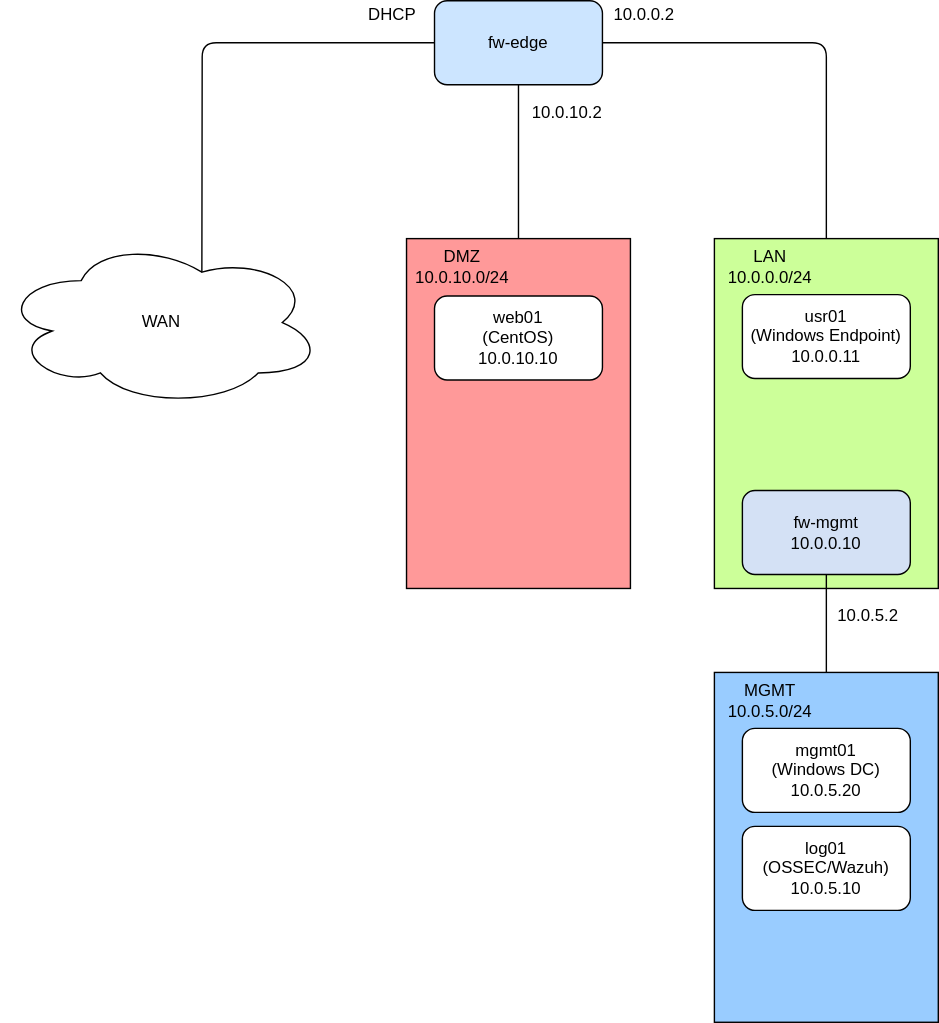
Above: diagrams/11-17sec350final.svg in SirSertile/sec350final (draw.io), before the change. Source tidied: cells renumbered, new cells last; positions are measured from the earlier drawing's top-left corner, leaving out a move shared by most shapes. The source it was exported from:
```xml
<mxGraphModel>
  <root>
    <mxCell id="0" />
    <mxCell id="1" parent="0" />
    <mxCell id="2" style="rounded=0;whiteSpace=wrap;html=1;fillColor=#99CCFF;" parent="1" vertex="1">
      <mxGeometry x="510" y="480" width="160" height="250" as="geometry" />
    </mxCell>
    <mxCell id="3" value="WAN" style="ellipse;shape=cloud;whiteSpace=wrap;html=1;" parent="1" vertex="1">
      <mxGeometry y="170" width="230" height="120" as="geometry" />
    </mxCell>
    <mxCell id="4" style="rounded=0;whiteSpace=wrap;html=1;fillColor=#CCFF99;" parent="1" vertex="1">
      <mxGeometry x="510" y="170" width="160" height="250" as="geometry" />
    </mxCell>
    <mxCell id="5" value="fw-mgmt&lt;br&gt;10.0.0.10" style="rounded=1;whiteSpace=wrap;html=1;fillColor=#D4E1F5;" parent="1" vertex="1">
      <mxGeometry x="530" y="350" width="120" height="60" as="geometry" />
    </mxCell>
    <mxCell id="6" value="fw-edge" style="rounded=1;whiteSpace=wrap;html=1;fillColor=#CCE5FF;" parent="1" vertex="1">
      <mxGeometry x="310" width="120" height="60" as="geometry" />
    </mxCell>
    <mxCell id="7" value="mgmt01&lt;br&gt;(Windows DC)&lt;br&gt;10.0.5.20" style="rounded=1;whiteSpace=wrap;html=1;" parent="1" vertex="1">
      <mxGeometry x="530" y="520" width="120" height="60" as="geometry" />
    </mxCell>
    <mxCell id="8" value="LAN&lt;br&gt;10.0.0.0/24" style="text;html=1;strokeColor=none;fillColor=none;align=center;verticalAlign=middle;whiteSpace=wrap;rounded=0;" parent="1" vertex="1">
      <mxGeometry x="530" y="180" width="40" height="20" as="geometry" />
    </mxCell>
    <mxCell id="9" value="MGMT&lt;br&gt;10.0.5.0/24" style="text;html=1;strokeColor=none;fillColor=none;align=center;verticalAlign=middle;whiteSpace=wrap;rounded=0;" parent="1" vertex="1">
      <mxGeometry x="530" y="490" width="40" height="20" as="geometry" />
    </mxCell>
    <mxCell id="10" style="rounded=0;whiteSpace=wrap;html=1;fillColor=#FF9999;" parent="1" vertex="1">
      <mxGeometry x="290" y="170" width="160" height="250" as="geometry" />
    </mxCell>
    <mxCell id="11" value="DMZ 10.0.10.0/24" style="text;html=1;strokeColor=none;fillColor=none;align=center;verticalAlign=middle;whiteSpace=wrap;rounded=0;" parent="1" vertex="1">
      <mxGeometry x="310" y="180" width="40" height="20" as="geometry" />
    </mxCell>
    <mxCell id="12" style="endArrow=none;html=1;entryX=0.5;entryY=1;entryDx=0;entryDy=0;" parent="1" edge="1" source="10" target="6">
      <mxGeometry relative="1" as="geometry" />
    </mxCell>
    <mxCell id="13" style="endArrow=none;html=1;entryX=0;entryY=0.5;entryDx=0;entryDy=0;exitX=0.625;exitY=0.2;exitDx=0;exitDy=0;exitPerimeter=0;" parent="1" edge="1" source="3" target="6">
      <mxGeometry relative="1" as="geometry">
        <Array as="points">
          <mxPoint x="144" y="30" />
        </Array>
      </mxGeometry>
    </mxCell>
    <mxCell id="14" style="endArrow=none;html=1;entryX=1;entryY=0.5;entryDx=0;entryDy=0;exitX=0.5;exitY=0;exitDx=0;exitDy=0;" parent="1" edge="1" source="4" target="6">
      <mxGeometry relative="1" as="geometry">
        <Array as="points">
          <mxPoint x="590" y="30" />
        </Array>
      </mxGeometry>
    </mxCell>
    <mxCell id="15" style="endArrow=none;html=1;entryX=0.5;entryY=1;entryDx=0;entryDy=0;" parent="1" edge="1" source="2" target="5">
      <mxGeometry relative="1" as="geometry" />
    </mxCell>
    <mxCell id="16" value="10.0.5.2" style="text;html=1;strokeColor=none;fillColor=none;align=center;verticalAlign=middle;whiteSpace=wrap;rounded=0;" parent="1" vertex="1">
      <mxGeometry x="600" y="430" width="40" height="20" as="geometry" />
    </mxCell>
    <mxCell id="17" value="10.0.10.2" style="text;html=1;strokeColor=none;fillColor=none;align=center;verticalAlign=middle;whiteSpace=wrap;rounded=0;" parent="1" vertex="1">
      <mxGeometry x="385" y="70" width="40" height="20" as="geometry" />
    </mxCell>
    <mxCell id="18" value="10.0.0.2" style="text;html=1;strokeColor=none;fillColor=none;align=center;verticalAlign=middle;whiteSpace=wrap;rounded=0;" parent="1" vertex="1">
      <mxGeometry x="440" width="40" height="20" as="geometry" />
    </mxCell>
    <mxCell id="19" value="DHCP" style="text;html=1;strokeColor=none;fillColor=none;align=center;verticalAlign=middle;whiteSpace=wrap;rounded=0;" parent="1" vertex="1">
      <mxGeometry x="260" width="40" height="20" as="geometry" />
    </mxCell>
    <mxCell id="20" value="log01&lt;br&gt;(OSSEC/Wazuh)&lt;br&gt;10.0.5.10" style="rounded=1;whiteSpace=wrap;html=1;" parent="1" vertex="1">
      <mxGeometry x="530" y="590" width="120" height="60" as="geometry" />
    </mxCell>
    <mxCell id="21" value="usr01&lt;br&gt;(Windows Endpoint)&lt;br&gt;10.0.0.11" style="rounded=1;whiteSpace=wrap;html=1;" parent="1" vertex="1">
      <mxGeometry x="530" y="210" width="120" height="60" as="geometry" />
    </mxCell>
    <mxCell id="22" value="web01&lt;br&gt;(CentOS)&lt;br&gt;10.0.10.10" style="rounded=1;whiteSpace=wrap;html=1;" parent="1" vertex="1">
      <mxGeometry x="310" y="211" width="120" height="60" as="geometry" />
    </mxCell>
  </root>
</mxGraphModel>
```
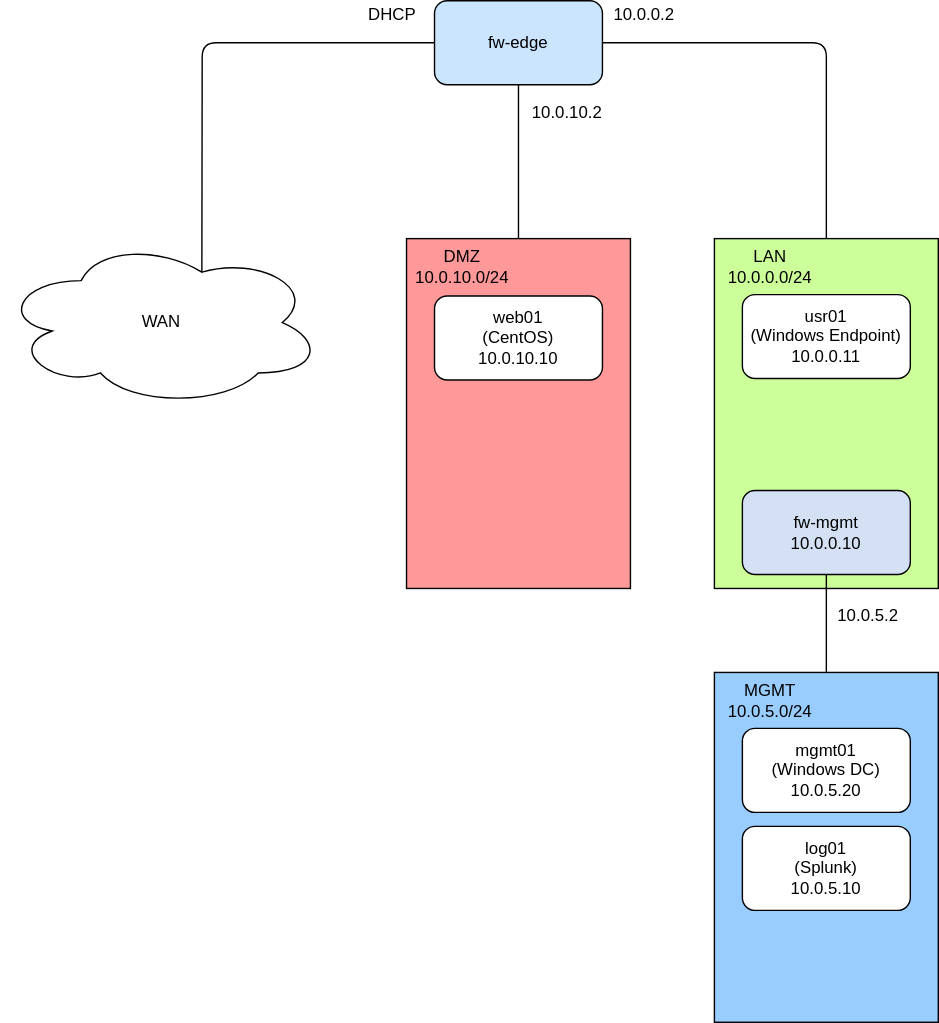
Later version of the same file.

Change to the diagram source:
```diff
@@ -64,7 +64,7 @@
     <mxCell id="19" value="DHCP" style="text;html=1;strokeColor=none;fillColor=none;align=center;verticalAlign=middle;whiteSpace=wrap;rounded=0;" parent="1" vertex="1">
       <mxGeometry x="260" width="40" height="20" as="geometry" />
     </mxCell>
-    <mxCell id="20" value="log01&lt;br&gt;(OSSEC/Wazuh)&lt;br&gt;10.0.5.10" style="rounded=1;whiteSpace=wrap;html=1;" parent="1" vertex="1">
+    <mxCell id="20" value="log01&lt;br&gt;(Splunk)&lt;br&gt;10.0.5.10" style="rounded=1;whiteSpace=wrap;html=1;" parent="1" vertex="1">
       <mxGeometry x="530" y="590" width="120" height="60" as="geometry" />
     </mxCell>
     <mxCell id="21" value="usr01&lt;br&gt;(Windows Endpoint)&lt;br&gt;10.0.0.11" style="rounded=1;whiteSpace=wrap;html=1;" parent="1" vertex="1">
```
